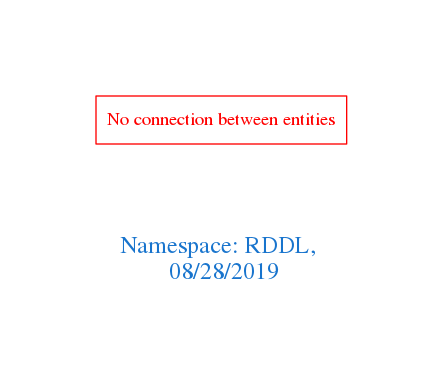
Earlier version of the Graphviz export downloads/RDDL.png (arago/OGIT). Its source is kept beside it as downloads/RDDL.dot.
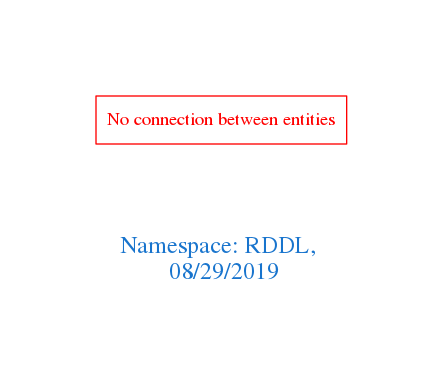
After the commit.

Diff of the diagram source:
```diff
@@ -1,7 +1,7 @@
 digraph OGIT_ontology {
  graph [ rankdir= LR,pad=1
 fontsize = 18,
-fontcolor= dodgerblue3,label = "\n\n\nNamespace: RDDL, \n 08/28/2019"];
+fontcolor= dodgerblue3,label = "\n\n\nNamespace: RDDL, \n 08/29/2019"];
 node[shape=polygon];
 edge [  color="gray81"];
 
```
